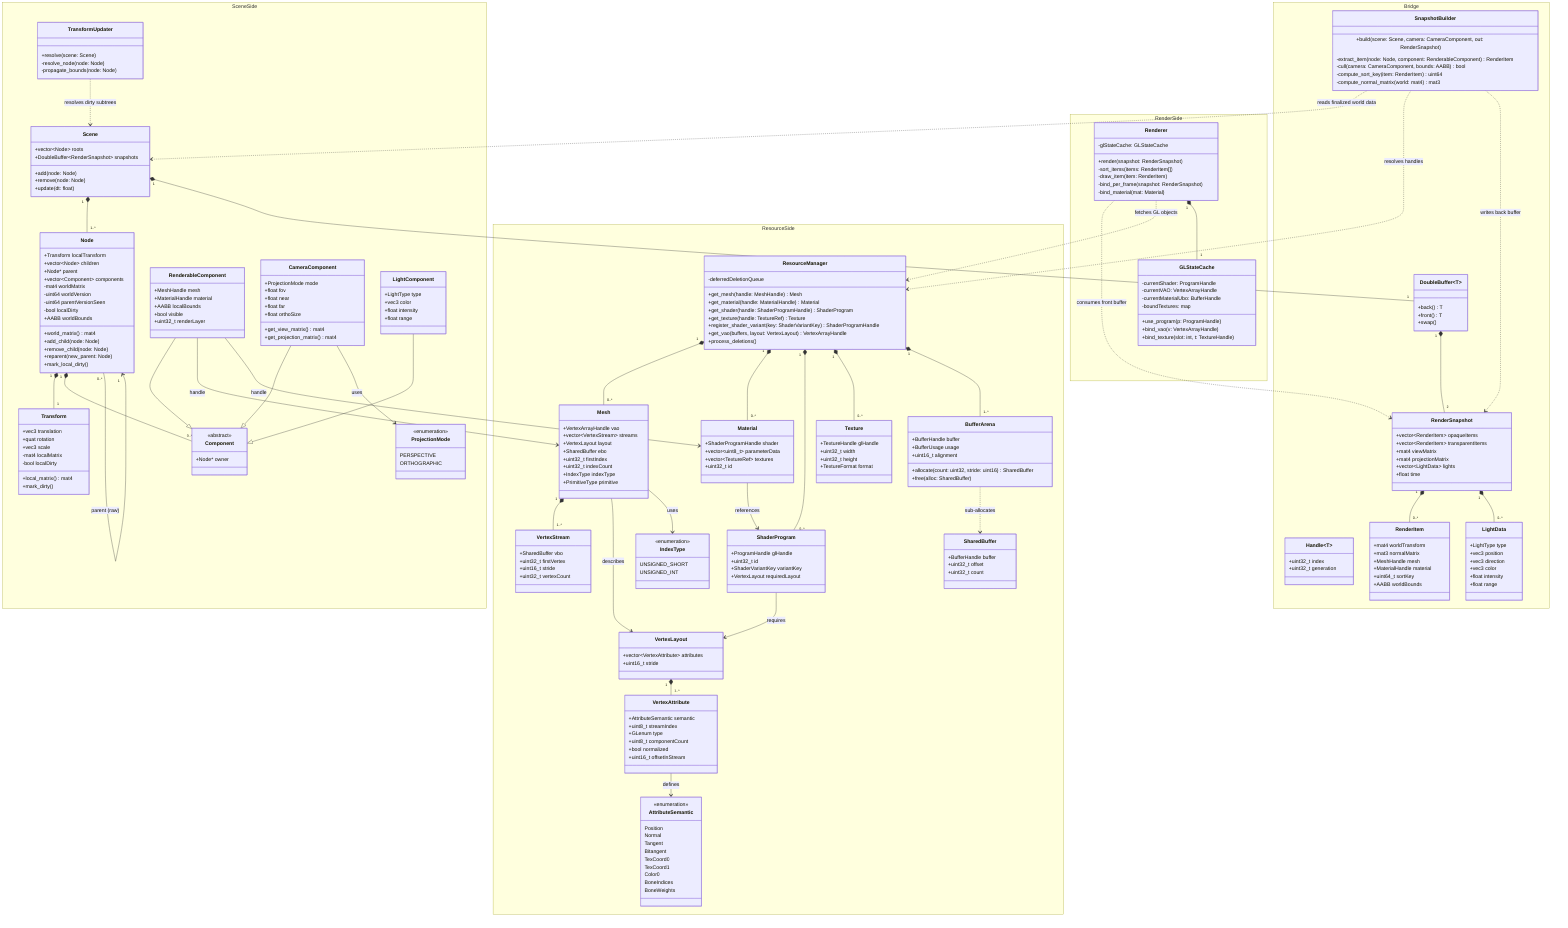
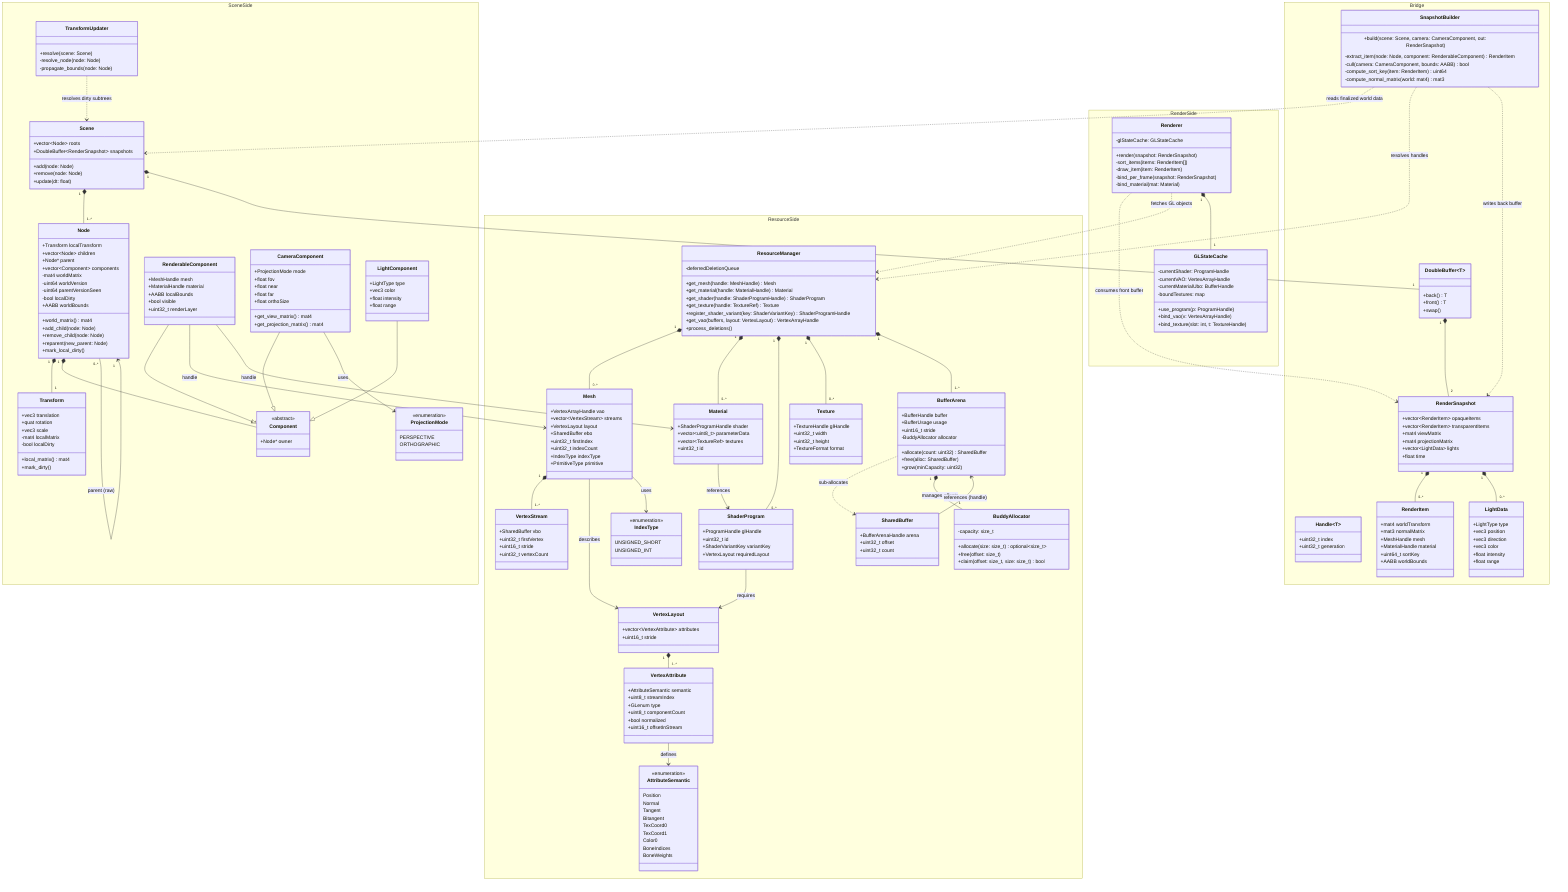
classDiagram
    namespace SceneSide {
        class Scene {
            +vector~Node~ roots
            +DoubleBuffer~RenderSnapshot~ snapshots
            +add(node: Node)
            +remove(node: Node)
            +update(dt: float)
        }

        class Node {
            +Transform localTransform
            +vector~Node~ children
            +Node* parent
            +vector~Component~ components
            -mat4 worldMatrix
            -uint64 worldVersion
            -uint64 parentVersionSeen
            -bool localDirty
            +AABB worldBounds
            +world_matrix() mat4
            +add_child(node: Node)
            +remove_child(node: Node)
            +reparent(new_parent: Node)
            +mark_local_dirty()
        }

        class Transform {
            +vec3 translation
            +quat rotation
            +vec3 scale
            -mat4 localMatrix
            -bool localDirty
            +local_matrix() mat4
            +mark_dirty()
        }

        class Component {
            <<abstract>>
            +Node* owner
        }

        class RenderableComponent {
            +MeshHandle mesh
            +MaterialHandle material
            +AABB localBounds
            +bool visible
            +uint32_t renderLayer
        }

        class CameraComponent {
            +ProjectionMode mode
            +float fov
            +float near
            +float far
            +float orthoSize
            +get_view_matrix() mat4
            +get_projection_matrix() mat4
        }

        class ProjectionMode {
            <<enumeration>>
            PERSPECTIVE
            ORTHOGRAPHIC
        }

        class LightComponent {
            +LightType type
            +vec3 color
            +float intensity
            +float range
        }

        class TransformUpdater {
            +resolve(scene: Scene)
            -resolve_node(node: Node)
            -propagate_bounds(node: Node)
        }
    }

    namespace Bridge {
        class Handle~T~ {
            +uint32_t index
            +uint32_t generation
        }

        class SnapshotBuilder {
            +build(scene: Scene, camera: CameraComponent, out: RenderSnapshot)
            -extract_item(node: Node, component: RenderableComponent) RenderItem
            -cull(camera: CameraComponent, bounds: AABB) bool
            -compute_sort_key(item: RenderItem) uint64
            -compute_normal_matrix(world: mat4) mat3
        }

        class DoubleBuffer~T~ {
            +back() T
            +front() T
            +swap()
        }

        class RenderSnapshot {
            +vector~RenderItem~ opaqueItems
            +vector~RenderItem~ transparentItems
            +mat4 viewMatrix
            +mat4 projectionMatrix
            +vector~LightData~ lights
            +float time
        }

        class RenderItem {
            +mat4 worldTransform
            +mat3 normalMatrix
            +MeshHandle mesh
            +MaterialHandle material
            +uint64_t sortKey
            +AABB worldBounds
        }

        class LightData {
            +LightType type
            +vec3 position
            +vec3 direction
            +vec3 color
            +float intensity
            +float range
        }
    }

    namespace ResourceSide {
        class ResourceManager {
            +get_mesh(handle: MeshHandle) Mesh
            +get_material(handle: MaterialHandle) Material
            +get_shader(handle: ShaderProgramHandle) ShaderProgram
            +get_texture(handle: TextureRef) Texture
            +register_shader_variant(key: ShaderVariantKey) ShaderProgramHandle
            +get_vao(buffers, layout: VertexLayout) VertexArrayHandle
            -deferredDeletionQueue
            +process_deletions()
        }

        class AttributeSemantic {
            <<enumeration>>
            Position
            Normal
            Tangent
            Bitangent
            TexCoord0
            TexCoord1
            Color0
            BoneIndices
            BoneWeights
        }

        class VertexAttribute {
            +AttributeSemantic semantic
            +uint8_t streamIndex
            +GLenum type
            +uint8_t componentCount
            +bool normalized
            +uint16_t offsetInStream
        }

        class VertexLayout {
            +vector~VertexAttribute~ attributes
            +uint16_t stride
        }

        class VertexStream {
            +SharedBuffer vbo
            +uint32_t firstVertex
            +uint16_t stride
            +uint32_t vertexCount
        }

        class IndexType {
            <<enumeration>>
            UNSIGNED_SHORT
            UNSIGNED_INT
        }

        class Mesh {
            +VertexArrayHandle vao
            +vector~VertexStream~ streams
            +VertexLayout layout
            +SharedBuffer ebo
            +uint32_t firstIndex
            +uint32_t indexCount
            +IndexType indexType
            +PrimitiveType primitive
        }

        class SharedBuffer {
-             +BufferHandle buffer
+             +BufferArenaHandle arena
            +uint32_t offset
            +uint32_t count
        }

        class BufferArena {
            +BufferHandle buffer
            +BufferUsage usage
-             +uint16_t alignment
-             +allocate(count: uint32, stride: uint16) SharedBuffer
+             +uint16_t stride
+             -BuddyAllocator allocator
+             +allocate(count: uint32) SharedBuffer
            +free(alloc: SharedBuffer)
+             +grow(minCapacity: uint32)
+         }
+ 
+         class BuddyAllocator {
+             -capacity: size_t
+             +allocate(size: size_t) optional~size_t~
+             +free(offset: size_t)
+             +claim(offset: size_t, size: size_t) bool
        }

        class Material {
            +ShaderProgramHandle shader
            +vector~uint8_t~ parameterData
            +vector~TextureRef~ textures
            +uint32_t id
        }

        class ShaderProgram {
            +ProgramHandle glHandle
            +uint32_t id
            +ShaderVariantKey variantKey
            +VertexLayout requiredLayout
        }

        class Texture {
            +TextureHandle glHandle
            +uint32_t width
            +uint32_t height
            +TextureFormat format
        }
    }

    namespace RenderSide {
        class Renderer {
            +render(snapshot: RenderSnapshot)
            -sort_items(items: RenderItem[])
            -draw_item(item: RenderItem)
            -bind_per_frame(snapshot: RenderSnapshot)
            -bind_material(mat: Material)
            -glStateCache: GLStateCache
        }

        class GLStateCache {
            -currentShader: ProgramHandle
            -currentVAO: VertexArrayHandle
            -currentMaterialUbo: BufferHandle
            -boundTextures: map
            +use_program(p: ProgramHandle)
            +bind_vao(v: VertexArrayHandle)
            +bind_texture(slot: int, t: TextureHandle)
        }
    }

    Scene "1" *-- "1..*" Node
    Scene "1" *-- "1" DoubleBuffer
    Node "1" *-- "1" Transform
    Node "1" *-- "0..*" Component
    Node "1" *-- "0..*" Node : children
    Node "0..*" --> "1" Node : parent (raw)
    RenderableComponent --|> Component
    CameraComponent --|> Component
    LightComponent --|> Component
    CameraComponent --> ProjectionMode : uses

    TransformUpdater ..> Scene : resolves dirty subtrees
    SnapshotBuilder ..> Scene : reads finalized world data
    SnapshotBuilder ..> ResourceManager : resolves handles
    SnapshotBuilder ..> RenderSnapshot : writes back buffer

    DoubleBuffer "1" *-- "2" RenderSnapshot
    RenderSnapshot "1" *-- "0..*" RenderItem
    RenderSnapshot "1" *-- "0..*" LightData

    Renderer ..> RenderSnapshot : consumes front buffer
    Renderer ..> ResourceManager : fetches GL objects
    Renderer "1" *-- "1" GLStateCache

    ResourceManager "1" *-- "0..*" Mesh
    ResourceManager "1" *-- "0..*" Material
    ResourceManager "1" *-- "0..*" ShaderProgram
    ResourceManager "1" *-- "0..*" Texture
    ResourceManager "1" *-- "1..*" BufferArena

    BufferArena ..> SharedBuffer : sub-allocates
+     BufferArena "1" *-- "1" BuddyAllocator : manages offsets
+     SharedBuffer --> BufferArena : references (handle)
    Mesh "1" *-- "1..*" VertexStream
    Mesh --> VertexLayout : describes
    Mesh --> IndexType : uses
    VertexLayout "1" *-- "1..*" VertexAttribute
    VertexAttribute --> AttributeSemantic : defines

    Material --> ShaderProgram : references
    ShaderProgram --> VertexLayout : requires
    RenderableComponent --> Mesh : handle
    RenderableComponent --> Material : handle